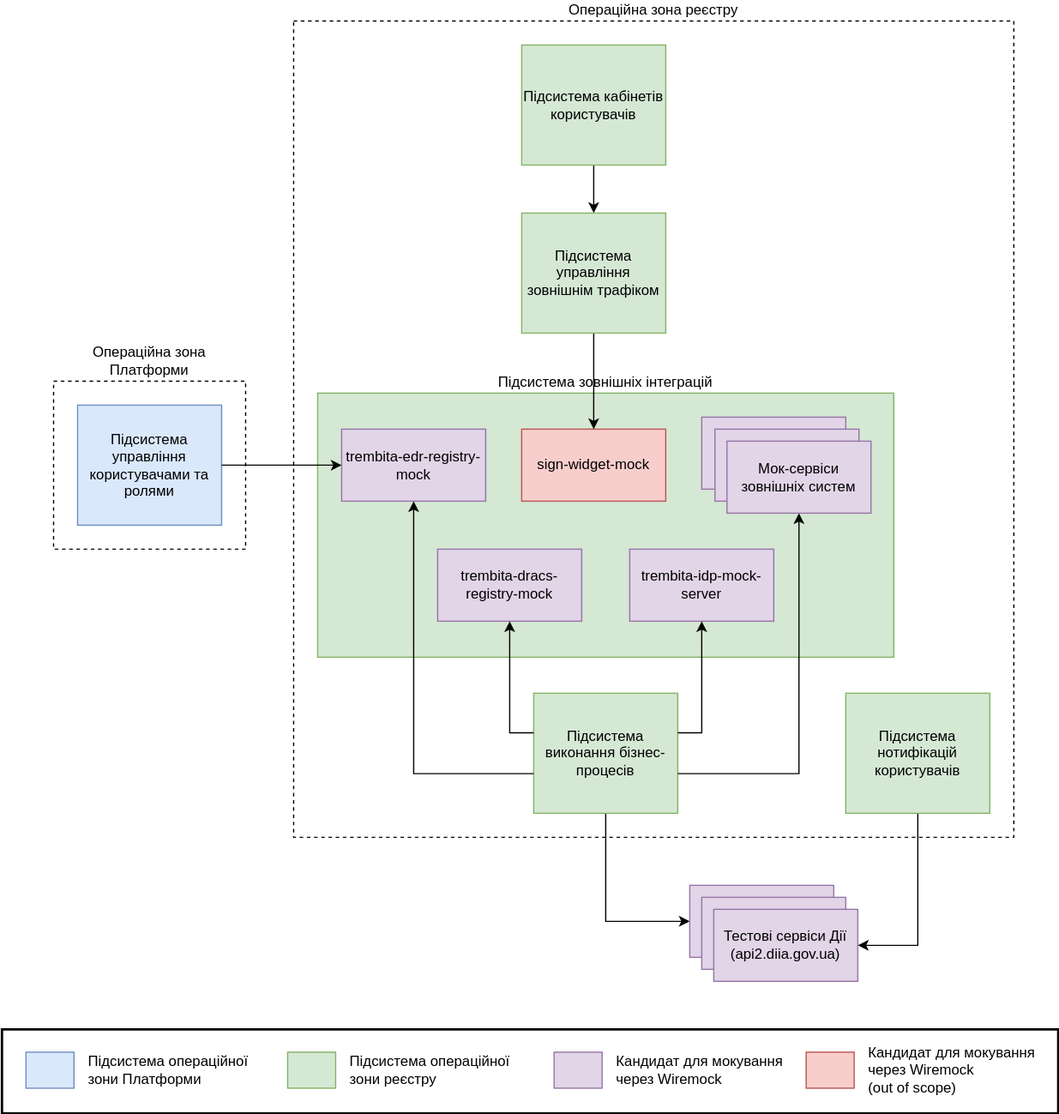
This is modules/arch/images/architecture-workspace/platform-evolution/mocking/current-mocking-solution.svg from epam/edp-ddm-architecture, a draw.io export, as it was before one commit. Source tidied: cells renumbered, new cells last; positions are measured from the earlier drawing's top-left corner, leaving out a move shared by most shapes.
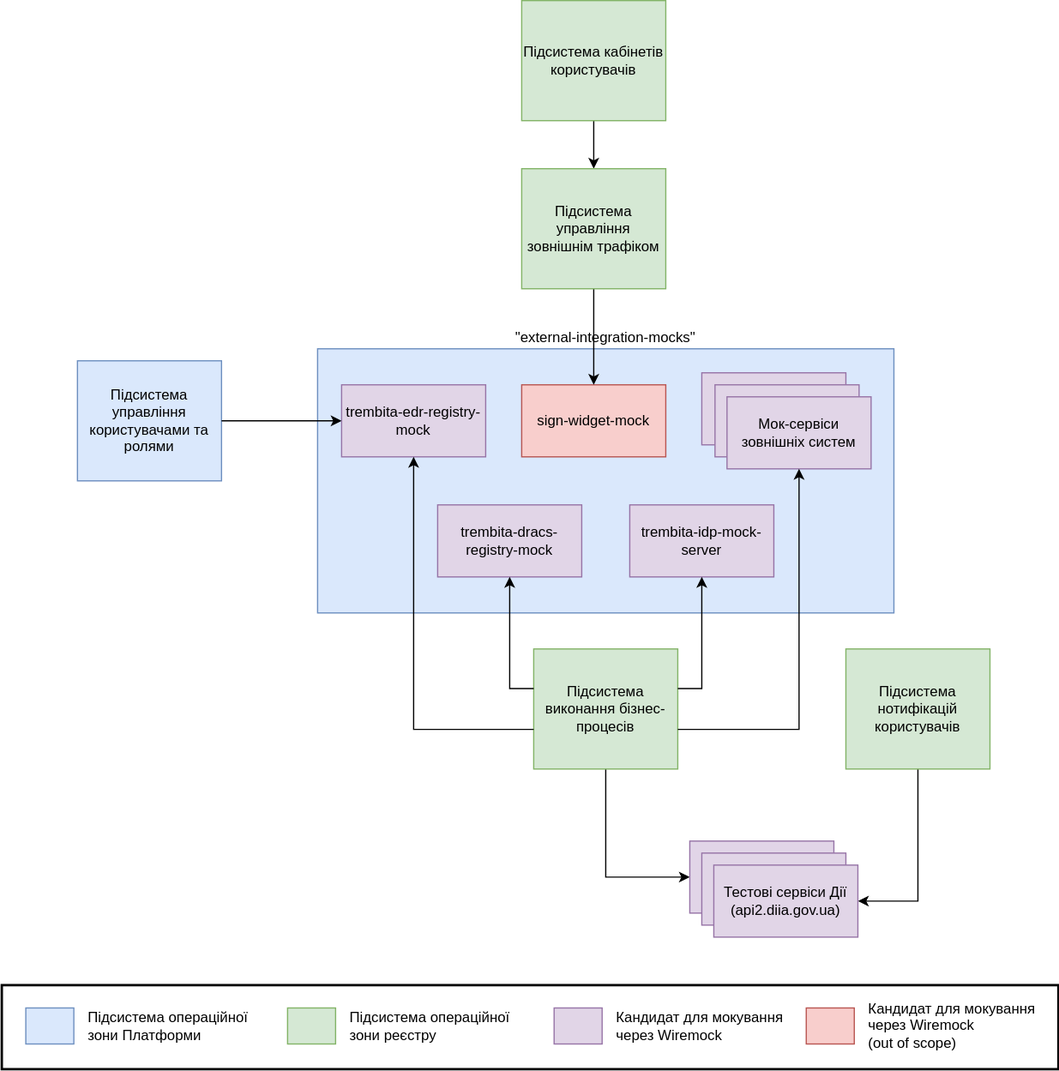
After the commit.

Commit message:
[EDP-DDM-22748] Cosmetic changes to mocking baseline design

The edit, as a diff of the source:
```diff
@@ -2,12 +2,6 @@
   <root>
     <mxCell id="0" />
     <mxCell id="1" parent="0" />
-    <mxCell id="2" value="Операційна зона реєстру" style="rounded=0;whiteSpace=wrap;html=1;dashed=1;labelPosition=center;verticalLabelPosition=top;align=center;verticalAlign=bottom;" parent="1" vertex="1">
-      <mxGeometry x="243" width="600" height="680" as="geometry" />
-    </mxCell>
-    <mxCell id="3" value="Операційна зона Платформи" style="rounded=0;whiteSpace=wrap;html=1;dashed=1;labelPosition=center;verticalLabelPosition=top;align=center;verticalAlign=bottom;" parent="1" vertex="1">
-      <mxGeometry x="43" y="300" width="160" height="140" as="geometry" />
-    </mxCell>
     <mxCell id="4" value="Підсистема управління користувачами та ролями" style="rounded=0;whiteSpace=wrap;html=1;fillColor=#dae8fc;strokeColor=#6c8ebf;" parent="1" vertex="1">
       <mxGeometry x="63" y="320" width="120" height="100" as="geometry" />
     </mxCell>
@@ -35,7 +29,7 @@
     <mxCell id="12" value="Тестові сервіси Дії&lt;br&gt;(api2.diia.gov.ua)" style="rounded=0;whiteSpace=wrap;html=1;fillColor=#e1d5e7;strokeColor=#9673a6;" parent="9" vertex="1">
       <mxGeometry x="20" y="20" width="120" height="60" as="geometry" />
     </mxCell>
-    <mxCell id="13" value="Підсистема зовнішніх інтеграцій" style="rounded=0;whiteSpace=wrap;html=1;labelPosition=center;verticalLabelPosition=top;align=center;verticalAlign=bottom;fillColor=#d5e8d4;strokeColor=#82b366;" parent="1" vertex="1">
+    <mxCell id="13" value="&quot;external-integration-mocks&quot;" style="rounded=0;whiteSpace=wrap;html=1;labelPosition=center;verticalLabelPosition=top;align=center;verticalAlign=bottom;fillColor=#dae8fc;strokeColor=#6c8ebf;" parent="1" vertex="1">
       <mxGeometry x="263" y="310" width="480" height="220" as="geometry" />
     </mxCell>
     <mxCell id="14" value="trembita-edr-registry-mock" style="whiteSpace=wrap;html=1;fillColor=#e1d5e7;strokeColor=#9673a6;" parent="1" vertex="1">
```
